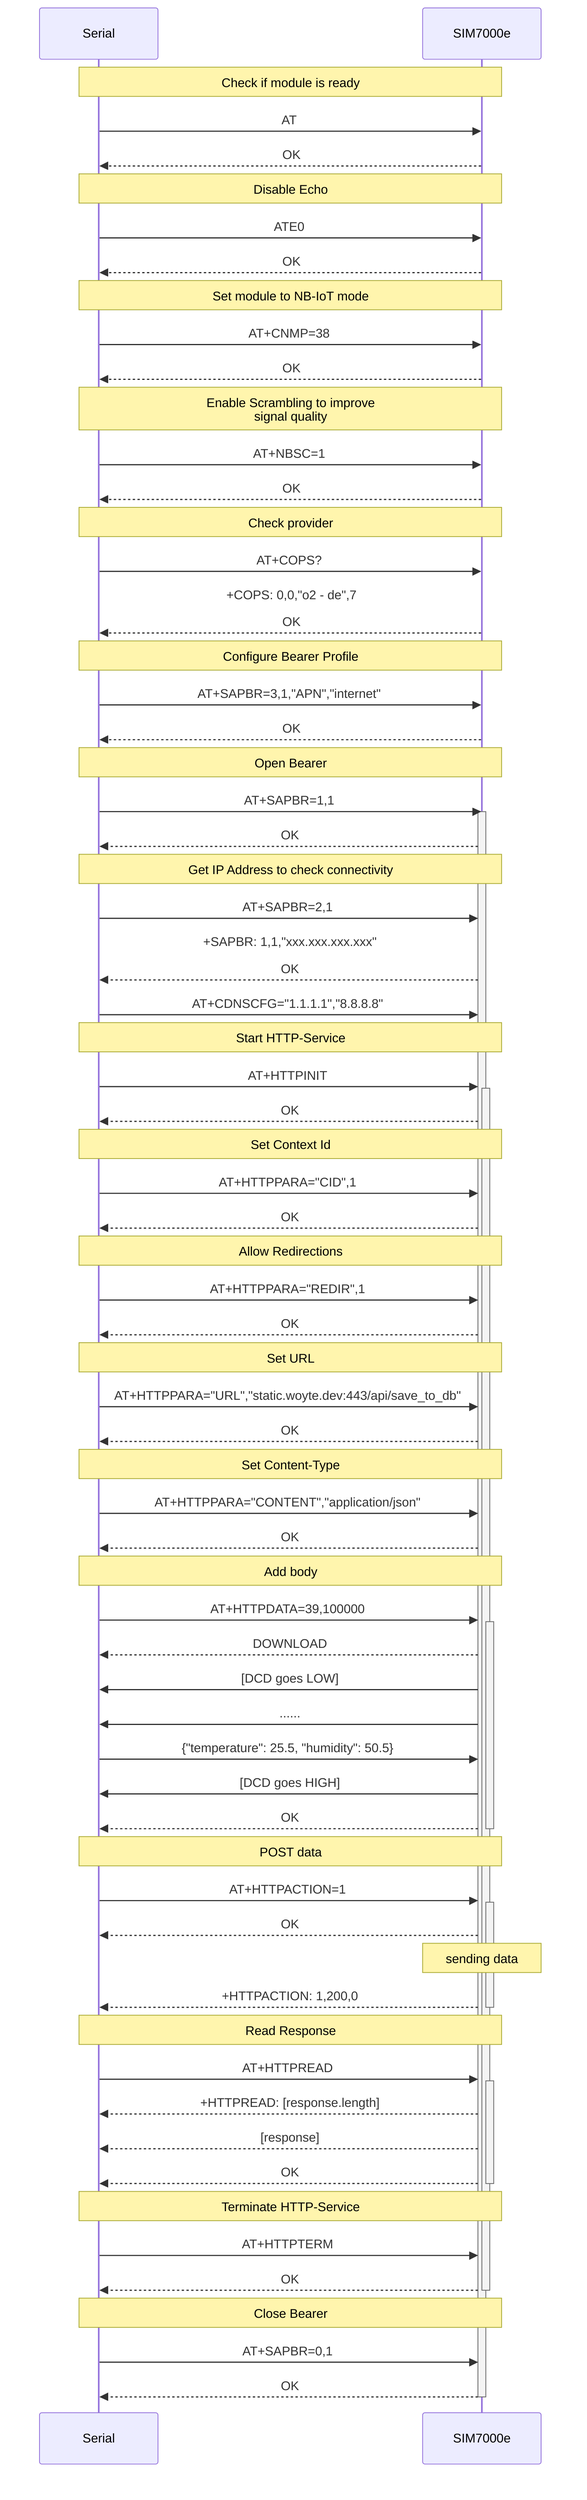
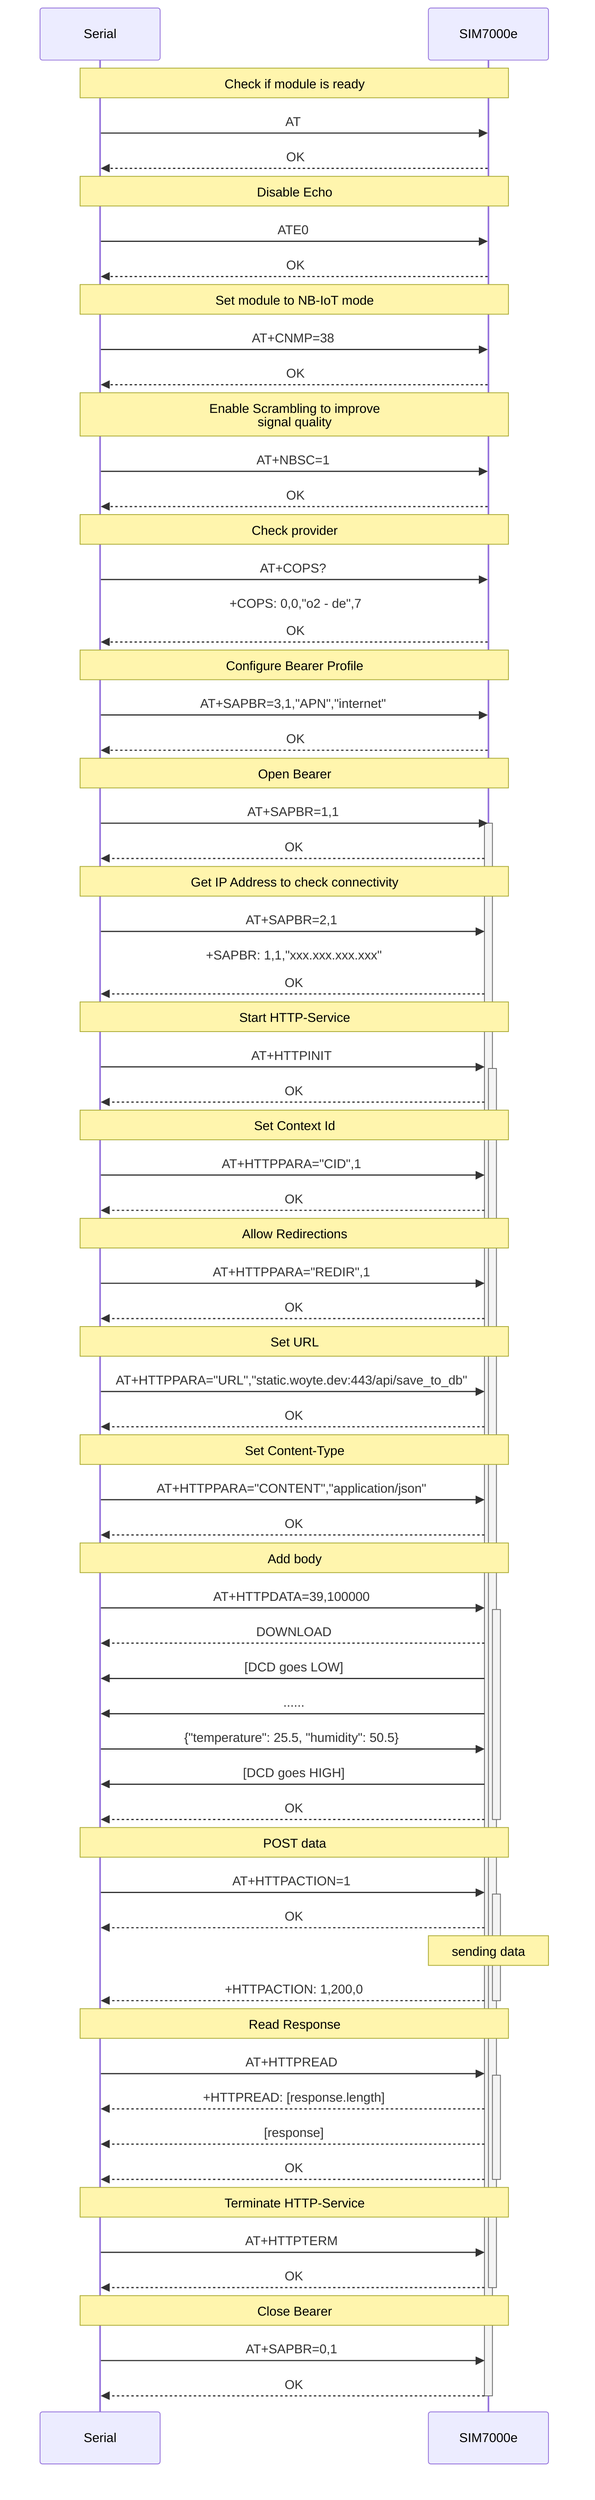
sequenceDiagram
    note over Serial,SIM7000e: Check if module is ready
    Serial->>SIM7000e: AT
    SIM7000e-->>Serial: OK

    note over Serial,SIM7000e: Disable Echo
    Serial->>SIM7000e: ATE0
    SIM7000e-->>Serial: OK

    note over Serial,SIM7000e: Set module to NB-IoT mode
    Serial->>SIM7000e: AT+CNMP=38
    SIM7000e-->>Serial: OK

    note over Serial,SIM7000e: Enable Scrambling to improve <br>signal quality
    Serial->>SIM7000e: AT+NBSC=1
    SIM7000e-->>Serial: OK

    note over Serial,SIM7000e: Check provider
    Serial->>SIM7000e: AT+COPS?
    SIM7000e-->>Serial: +COPS: 0,0,"o2 - de",7<br><br>OK

    note over Serial,SIM7000e: Configure Bearer Profile
    Serial->>SIM7000e: AT+SAPBR=3,1,"APN","internet"
    SIM7000e-->>Serial: OK

    note over Serial,SIM7000e: Open Bearer
    Serial->>SIM7000e: AT+SAPBR=1,1
    activate SIM7000e
    SIM7000e-->>Serial: OK

    note over Serial,SIM7000e: Get IP Address to check connectivity
    Serial->>SIM7000e: AT+SAPBR=2,1
    SIM7000e-->>Serial: +SAPBR: 1,1,"xxx.xxx.xxx.xxx"<br><br>OK
- 
-     Serial->>SIM7000e: AT+CDNSCFG="1.1.1.1","8.8.8.8"

    note over Serial,SIM7000e: Start HTTP-Service
    Serial->>SIM7000e: AT+HTTPINIT
    activate SIM7000e
    SIM7000e-->>Serial: OK

    note over Serial,SIM7000e: Set Context Id
    Serial->>SIM7000e: AT+HTTPPARA="CID",1
    SIM7000e-->>Serial: OK

    note over Serial,SIM7000e: Allow Redirections
    Serial->>SIM7000e: AT+HTTPPARA="REDIR",1
    SIM7000e-->>Serial: OK

    note over Serial,SIM7000e: Set URL
    Serial->>SIM7000e: AT+HTTPPARA="URL","static.woyte.dev:443/api/save_to_db"
    SIM7000e-->>Serial: OK

    note over Serial,SIM7000e: Set Content-Type
    Serial->>SIM7000e: AT+HTTPPARA="CONTENT","application/json"
    SIM7000e-->>Serial: OK

    note over Serial,SIM7000e: Add body
    Serial->>+SIM7000e: AT+HTTPDATA=39,100000
    SIM7000e-->>Serial: DOWNLOAD
    SIM7000e->>Serial: [DCD goes LOW]
    SIM7000e->>Serial: ......
    Serial->>SIM7000e: {"temperature": 25.5, "humidity": 50.5}
    SIM7000e->>Serial: [DCD goes HIGH]
    SIM7000e-->>-Serial: OK

    note over Serial,SIM7000e: POST data
    Serial->>+SIM7000e: AT+HTTPACTION=1
    SIM7000e-->>Serial: OK
    note over SIM7000e: sending data
    SIM7000e-->>-Serial: +HTTPACTION: 1,200,0

    note over Serial,SIM7000e: Read Response
    Serial->>+SIM7000e: AT+HTTPREAD
    SIM7000e-->>Serial: +HTTPREAD: [response.length]
    SIM7000e-->>Serial: [response]
    SIM7000e-->>-Serial: OK

    note over Serial,SIM7000e: Terminate HTTP-Service
    Serial->>SIM7000e: AT+HTTPTERM
    SIM7000e-->>Serial: OK
    deactivate SIM7000e

    note over Serial,SIM7000e: Close Bearer
    Serial->>SIM7000e: AT+SAPBR=0,1
    SIM7000e-->>Serial: OK
    deactivate SIM7000e